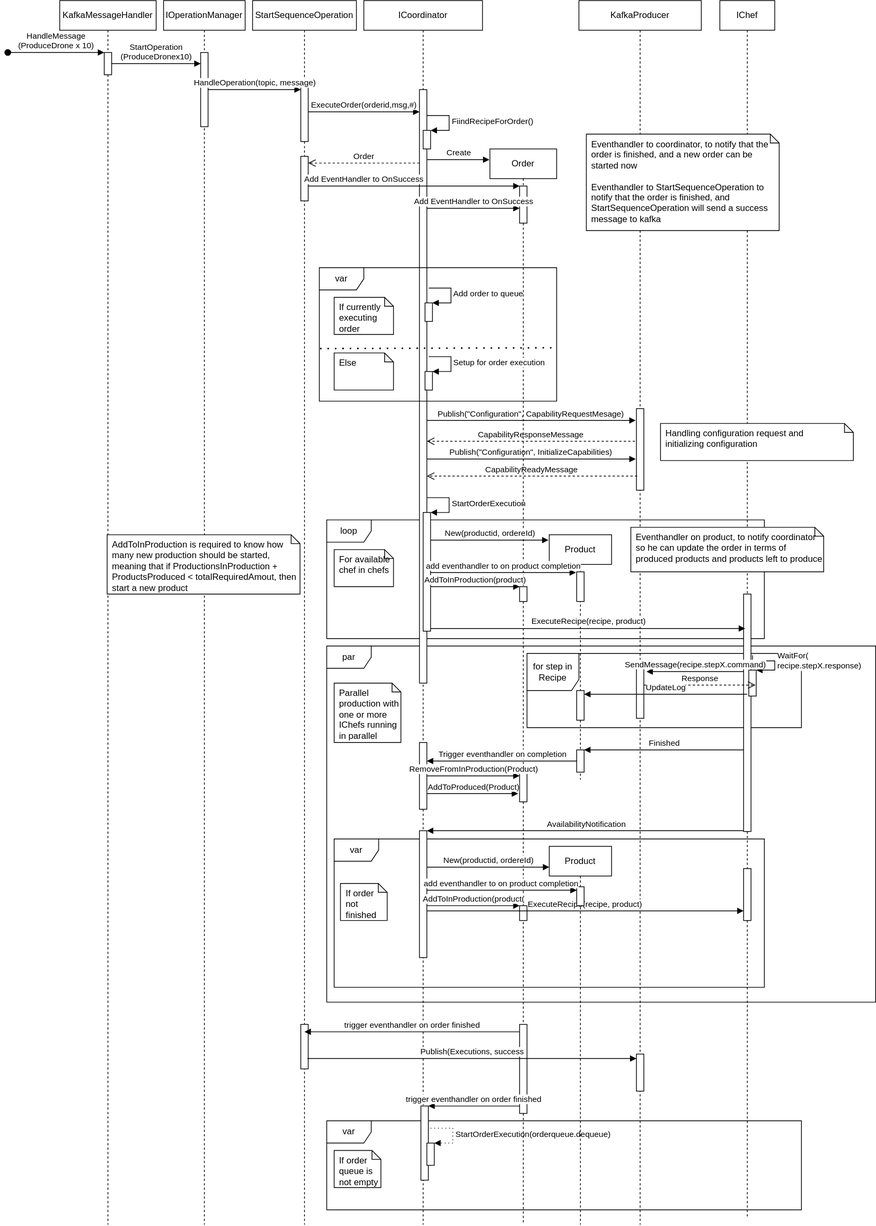
The draw.io diagram docs/Seq_Orchestrator_NormalFlow.svg in SDU-SW-Engineering/Reconfigurable-I4-Middleware-Software-Architecture, before a commit. Source tidied: cells renumbered, new cells last; positions are measured from the earlier drawing's top-left corner, leaving out a move shared by most shapes.
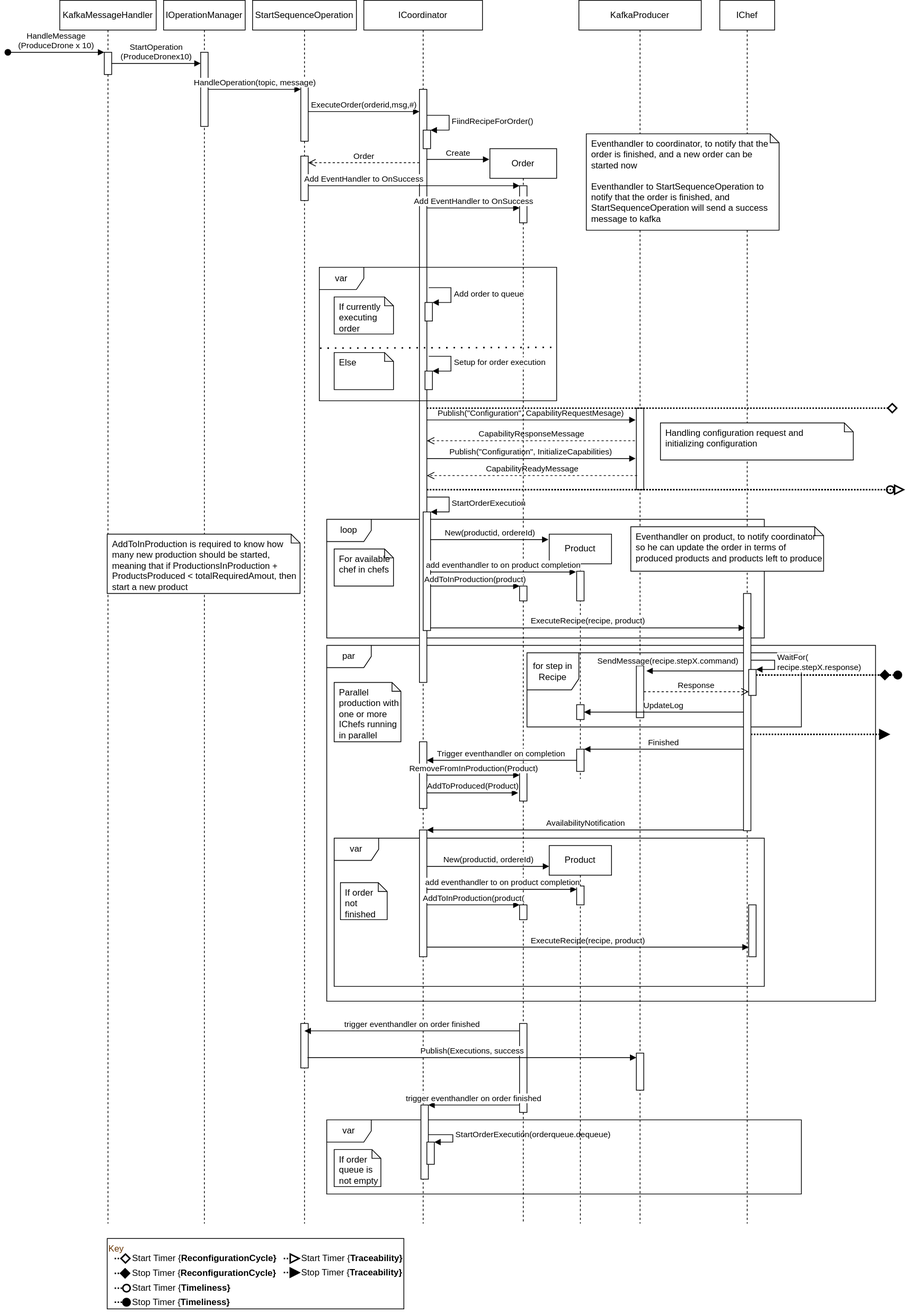
Later version of the same file.

Commit message:
updated orchestrater seq diagram

Change to the diagram source:
```diff
@@ -9,7 +9,7 @@
       <mxGeometry x="440" y="1130" width="580" height="200" as="geometry" />
     </mxCell>
     <mxCell id="4" value="var" style="shape=umlFrame;whiteSpace=wrap;html=1;" parent="1" vertex="1">
-      <mxGeometry x="430" y="1510" width="640" height="120" as="geometry" />
+      <mxGeometry x="430" y="1510" width="640" height="100" as="geometry" />
     </mxCell>
     <mxCell id="5" value="for step in Recipe" style="shape=umlFrame;whiteSpace=wrap;html=1;width=70;height=50;" parent="1" vertex="1">
       <mxGeometry x="700" y="880" width="370" height="100" as="geometry" />
@@ -18,16 +18,14 @@
       <mxGeometry x="430" y="700" width="590" height="160" as="geometry" />
     </mxCell>
     <mxCell id="7" value="IChef" style="shape=umlLifeline;perimeter=lifelinePerimeter;whiteSpace=wrap;html=1;" parent="1" vertex="1">
-      <mxGeometry x="960" width="74" height="1640" as="geometry" />
+      <mxGeometry x="960" width="74" height="1650" as="geometry" />
     </mxCell>
     <mxCell id="8" style="html=1;points=[];perimeter=orthogonalPerimeter;" parent="7" vertex="1">
       <mxGeometry x="32" y="800" width="10" height="320" as="geometry" />
     </mxCell>
-    <mxCell id="9" value="WaitFor(&lt;br&gt;recipe.stepX.response)" style="edgeStyle=orthogonalEdgeStyle;html=1;align=left;spacingLeft=2;endArrow=block;rounded=0;entryX=1;entryY=0;" parent="7" edge="1" target="10">
+    <mxCell id="9" value="WaitFor(&lt;br&gt;recipe.stepX.response)" style="edgeStyle=orthogonalEdgeStyle;html=1;align=left;spacingLeft=2;endArrow=block;rounded=0;entryX=1;entryY=0;" parent="7" edge="1" source="8" target="10">
       <mxGeometry relative="1" as="geometry">
-        <mxPoint x="44" y="882.5" as="sourcePoint" />
         <Array as="points">
-          <mxPoint x="44" y="890" />
           <mxPoint x="74" y="890" />
           <mxPoint x="74" y="903" />
         </Array>
@@ -37,7 +35,7 @@
       <mxGeometry x="39" y="902.5" width="10" height="35" as="geometry" />
     </mxCell>
     <mxCell id="11" style="html=1;points=[];perimeter=orthogonalPerimeter;" parent="7" vertex="1">
-      <mxGeometry x="32" y="1170" width="10" height="70" as="geometry" />
+      <mxGeometry x="39" y="1220" width="10" height="70" as="geometry" />
     </mxCell>
     <mxCell id="12" value="HandleMessage&lt;br&gt;(ProduceDrone x 10)" style="html=1;verticalAlign=bottom;startArrow=oval;endArrow=block;startSize=8;rounded=0;" parent="1" edge="1" target="14">
       <mxGeometry relative="1" as="geometry">
@@ -117,11 +115,11 @@
     <mxCell id="33" style="html=1;points=[];perimeter=orthogonalPerimeter;" parent="24" vertex="1">
       <mxGeometry x="85" y="1540" width="10" height="30" as="geometry" />
     </mxCell>
-    <mxCell id="34" value="StartOrderExecution(orderqueue.dequeue)" style="edgeStyle=orthogonalEdgeStyle;html=1;align=left;spacingLeft=2;endArrow=block;rounded=0;entryX=1;entryY=0;dashed=1;dashPattern=1 4;" parent="24" edge="1" target="33">
+    <mxCell id="34" value="StartOrderExecution(orderqueue.dequeue)" style="edgeStyle=orthogonalEdgeStyle;html=1;align=left;spacingLeft=2;endArrow=block;rounded=0;entryX=1;entryY=0;" parent="24" edge="1" source="32" target="33">
       <mxGeometry relative="1" as="geometry">
-        <mxPoint x="90" y="1520" as="sourcePoint" />
         <Array as="points">
-          <mxPoint x="120" y="1520" />
+          <mxPoint x="120" y="1530" />
+          <mxPoint x="120" y="1540" />
         </Array>
       </mxGeometry>
     </mxCell>
@@ -219,7 +217,7 @@
     <mxCell id="62" value="&lt;div style=&quot;&quot;&gt;Else&lt;/div&gt;" style="shape=note;whiteSpace=wrap;html=1;backgroundOutline=1;darkOpacity=0.05;size=12;align=left;spacingLeft=5;verticalAlign=top;" parent="1" vertex="1">
       <mxGeometry x="440" y="475" width="80" height="50" as="geometry" />
     </mxCell>
-    <mxCell id="63" value="Response" style="html=1;verticalAlign=bottom;endArrow=open;dashed=1;endSize=8;rounded=0;entryX=0.9;entryY=0.575;entryDx=0;entryDy=0;entryPerimeter=0;" parent="1" edge="1" source="39" target="10">
+    <mxCell id="63" value="Response" style="html=1;verticalAlign=bottom;endArrow=open;dashed=1;endSize=8;rounded=0;" parent="1" edge="1" source="39" target="10">
       <mxGeometry relative="1" as="geometry" />
     </mxCell>
     <mxCell id="64" value="Product" style="shape=umlLifeline;perimeter=lifelinePerimeter;whiteSpace=wrap;html=1;outlineConnect=0;" parent="1" vertex="1">
@@ -232,7 +230,7 @@
       <mxGeometry x="37" y="290" width="10" height="30" as="geometry" />
     </mxCell>
     <mxCell id="67" style="html=1;points=[];perimeter=orthogonalPerimeter;" parent="64" vertex="1">
-      <mxGeometry x="37" y="210" width="10" height="40" as="geometry" />
+      <mxGeometry x="37" y="230" width="10" height="20" as="geometry" />
     </mxCell>
     <mxCell id="68" value="New(productid, ordereId)" style="html=1;verticalAlign=bottom;endArrow=block;rounded=0;entryX=-0.012;entryY=0.022;entryDx=0;entryDy=0;entryPerimeter=0;" parent="1" edge="1" source="28" target="64">
       <mxGeometry relative="1" as="geometry" />
@@ -247,7 +245,7 @@
       <mxGeometry relative="1" as="geometry" />
     </mxCell>
     <mxCell id="72" value="SendMessage(recipe.stepX.command)" style="html=1;verticalAlign=bottom;endArrow=block;rounded=0;entryX=1.35;entryY=0.1;entryDx=0;entryDy=0;entryPerimeter=0;" parent="1" edge="1" source="8" target="39">
-      <mxGeometry relative="1" as="geometry" />
+      <mxGeometry x="0.56" y="-5" relative="1" as="geometry" />
     </mxCell>
     <mxCell id="73" value="Finished" style="html=1;verticalAlign=bottom;endArrow=block;rounded=0;" parent="1" edge="1" source="8" target="66">
       <mxGeometry relative="1" as="geometry" />
@@ -297,7 +295,7 @@
     <mxCell id="88" value="&lt;div style=&quot;&quot;&gt;If order queue is not empty&lt;/div&gt;" style="shape=note;whiteSpace=wrap;html=1;backgroundOutline=1;darkOpacity=0.05;size=12;align=left;spacingLeft=5;verticalAlign=top;" parent="1" vertex="1">
       <mxGeometry x="440" y="1550" width="63" height="50" as="geometry" />
     </mxCell>
-    <mxCell id="89" value="UpdateLog" style="html=1;verticalAlign=bottom;endArrow=block;rounded=0;exitX=-0.2;exitY=0.929;exitDx=0;exitDy=0;exitPerimeter=0;" parent="1" edge="1" source="10" target="67">
+    <mxCell id="89" value="UpdateLog" style="html=1;verticalAlign=bottom;endArrow=block;rounded=0;" parent="1" edge="1" source="8" target="67">
       <mxGeometry relative="1" as="geometry" />
     </mxCell>
     <mxCell id="90" value="&lt;div style=&quot;&quot;&gt;Handling configuration request and&lt;/div&gt;&lt;div style=&quot;&quot;&gt;initializing configuration&lt;/div&gt;&lt;div style=&quot;&quot;&gt;&lt;br&gt;&lt;/div&gt;" style="shape=note;whiteSpace=wrap;html=1;backgroundOutline=1;darkOpacity=0.05;size=12;align=left;spacingLeft=5;verticalAlign=top;" parent="1" vertex="1">
@@ -312,5 +310,90 @@
     <mxCell id="93" value="&lt;div style=&quot;&quot;&gt;AddToInProduction is required to know how many new production should be started, meaning that if ProductionsInProduction + ProductsProduced &amp;lt; totalRequiredAmout, then start a new product&lt;/div&gt;" style="shape=note;whiteSpace=wrap;html=1;backgroundOutline=1;darkOpacity=0.05;size=12;align=left;spacingLeft=5;verticalAlign=top;" parent="1" vertex="1">
       <mxGeometry x="134" y="720" width="260" height="80" as="geometry" />
     </mxCell>
+    <mxCell id="94" value="Key" style="rounded=0;whiteSpace=wrap;html=1;align=left;verticalAlign=top;fontColor=#663300;" parent="1" vertex="1">
+      <mxGeometry x="134" y="1670" width="400" height="95" as="geometry" />
+    </mxCell>
+    <mxCell id="95" style="endArrow=diamond;html=1;rounded=0;fontColor=#000000;dashed=1;dashPattern=1 1;endFill=0;endSize=10;strokeColor=#000000;strokeWidth=2;" parent="1" edge="1" target="96">
+      <mxGeometry relative="1" as="geometry">
+        <mxPoint x="144" y="1697" as="sourcePoint" />
+      </mxGeometry>
+    </mxCell>
+    <mxCell id="96" value="Start Timer {&lt;b&gt;ReconfigurationCycle}&lt;/b&gt;" style="text;html=1;align=left;verticalAlign=middle;points=[];strokeColor=none;fillColor=none;fontColor=#000000;" parent="1" vertex="1">
+      <mxGeometry x="166" y="1687" width="210" height="20" as="geometry" />
+    </mxCell>
+    <mxCell id="97" style="endArrow=oval;html=1;rounded=0;fontColor=#000000;dashed=1;dashPattern=1 1;endFill=0;endSize=10;strokeColor=#000000;strokeWidth=2;" parent="1" edge="1">
+      <mxGeometry relative="1" as="geometry">
+        <mxPoint x="144" y="1737" as="sourcePoint" />
+        <mxPoint x="160" y="1737" as="targetPoint" />
+      </mxGeometry>
+    </mxCell>
+    <mxCell id="98" value="Start Timer&amp;nbsp;{&lt;b&gt;&lt;font&gt;Timeliness&lt;/font&gt;&lt;/b&gt;&lt;b&gt;&lt;font&gt;}&lt;/font&gt;&lt;/b&gt;" style="text;html=1;align=left;verticalAlign=middle;strokeColor=none;fillColor=none;fontColor=#000000;" parent="1" vertex="1">
+      <mxGeometry x="166" y="1727" width="150" height="20" as="geometry" />
+    </mxCell>
+    <mxCell id="99" style="endArrow=diamond;html=1;rounded=0;fontColor=#000000;dashed=1;dashPattern=1 1;endFill=1;endSize=10;strokeColor=#000000;strokeWidth=2;" parent="1" edge="1" target="102">
+      <mxGeometry relative="1" as="geometry">
+        <mxPoint x="144" y="1717" as="sourcePoint" />
+      </mxGeometry>
+    </mxCell>
+    <mxCell id="100" style="endArrow=oval;html=1;rounded=0;fontColor=#000000;dashed=1;dashPattern=1 1;endFill=1;endSize=10;strokeColor=#000000;strokeWidth=2;" parent="1" edge="1">
+      <mxGeometry relative="1" as="geometry">
+        <mxPoint x="144" y="1756" as="sourcePoint" />
+        <mxPoint x="160" y="1756" as="targetPoint" />
+      </mxGeometry>
+    </mxCell>
+    <mxCell id="101" value="Stop Timer {&lt;b&gt;&lt;font&gt;Timeliness&lt;/font&gt;&lt;/b&gt;&lt;b&gt;&lt;font&gt;}&lt;/font&gt;&lt;/b&gt;" style="text;html=1;align=left;verticalAlign=middle;strokeColor=none;fillColor=none;fontColor=#000000;" parent="1" vertex="1">
+      <mxGeometry x="166" y="1746" width="150" height="20" as="geometry" />
+    </mxCell>
+    <mxCell id="102" value="Stop Timer&amp;nbsp;{&lt;b&gt;&lt;font&gt;ReconfigurationCycle}&lt;/font&gt;&lt;/b&gt;" style="text;html=1;align=left;verticalAlign=middle;points=[];strokeColor=none;fillColor=none;fontColor=#000000;" parent="1" vertex="1">
+      <mxGeometry x="165.5" y="1707" width="210" height="20" as="geometry" />
+    </mxCell>
+    <mxCell id="103" style="endArrow=block;html=1;rounded=0;fontColor=#000000;dashed=1;dashPattern=1 1;endFill=0;endSize=10;strokeColor=#000000;strokeWidth=2;" parent="1" edge="1">
+      <mxGeometry relative="1" as="geometry">
+        <mxPoint x="372" y="1697" as="sourcePoint" />
+        <mxPoint x="395" y="1697" as="targetPoint" />
+      </mxGeometry>
+    </mxCell>
+    <mxCell id="104" value="Start Timer&amp;nbsp;{&lt;b&gt;&lt;font&gt;Traceability&lt;/font&gt;&lt;/b&gt;&lt;b&gt;&lt;font&gt;}&lt;/font&gt;&lt;/b&gt;" style="text;html=1;align=left;verticalAlign=middle;strokeColor=none;fillColor=none;fontColor=#000000;" parent="1" vertex="1">
+      <mxGeometry x="394" y="1687" width="150" height="20" as="geometry" />
+    </mxCell>
+    <mxCell id="105" style="endArrow=block;html=1;rounded=0;fontColor=#000000;dashed=1;dashPattern=1 1;endFill=1;endSize=10;strokeColor=#000000;strokeWidth=2;" parent="1" edge="1">
+      <mxGeometry relative="1" as="geometry">
+        <mxPoint x="372" y="1716" as="sourcePoint" />
+        <mxPoint x="395" y="1716" as="targetPoint" />
+      </mxGeometry>
+    </mxCell>
+    <mxCell id="106" value="Stop Timer {&lt;b&gt;&lt;font&gt;Traceability&lt;/font&gt;&lt;/b&gt;&lt;b&gt;&lt;font&gt;}&lt;/font&gt;&lt;/b&gt;" style="text;html=1;align=left;verticalAlign=middle;strokeColor=none;fillColor=none;fontColor=#000000;" parent="1" vertex="1">
+      <mxGeometry x="394" y="1706" width="150" height="20" as="geometry" />
+    </mxCell>
+    <mxCell id="107" style="endArrow=diamond;html=1;rounded=0;fontColor=#000000;dashed=1;dashPattern=1 1;endFill=0;endSize=10;strokeColor=#000000;strokeWidth=2;" parent="1" edge="1" source="25">
+      <mxGeometry relative="1" as="geometry">
+        <mxPoint x="1200" y="550" as="targetPoint" />
+      </mxGeometry>
+    </mxCell>
+    <mxCell id="108" style="endArrow=diamond;html=1;rounded=0;fontColor=#000000;dashed=1;dashPattern=1 1;endFill=1;endSize=10;strokeColor=#000000;strokeWidth=2;" parent="1" edge="1" source="10">
+      <mxGeometry relative="1" as="geometry">
+        <mxPoint x="1190" y="910" as="targetPoint" />
+      </mxGeometry>
+    </mxCell>
+    <mxCell id="109" style="endArrow=oval;html=1;rounded=0;fontColor=#000000;dashed=1;dashPattern=1 1;endFill=0;endSize=10;strokeColor=#000000;strokeWidth=2;" parent="1" edge="1" source="25">
+      <mxGeometry relative="1" as="geometry">
+        <mxPoint x="1190" y="660" as="targetPoint" />
+      </mxGeometry>
+    </mxCell>
+    <mxCell id="110" style="endArrow=oval;html=1;rounded=0;fontColor=#000000;dashed=1;dashPattern=1 1;endFill=1;endSize=10;strokeColor=#000000;strokeWidth=2;" parent="1" edge="1" source="10">
+      <mxGeometry relative="1" as="geometry">
+        <mxPoint x="1200" y="910" as="targetPoint" />
+      </mxGeometry>
+    </mxCell>
+    <mxCell id="111" style="endArrow=block;html=1;rounded=0;fontColor=#000000;dashed=1;dashPattern=1 1;endFill=0;endSize=10;strokeColor=#000000;strokeWidth=2;" parent="1" edge="1" source="25">
+      <mxGeometry relative="1" as="geometry">
+        <mxPoint x="1210" y="660" as="targetPoint" />
+      </mxGeometry>
+    </mxCell>
+    <mxCell id="112" style="endArrow=block;html=1;rounded=0;fontColor=#000000;dashed=1;dashPattern=1 1;endFill=1;endSize=10;strokeColor=#000000;strokeWidth=2;" parent="1" edge="1" source="8">
+      <mxGeometry relative="1" as="geometry">
+        <mxPoint x="1190" y="990" as="targetPoint" />
+      </mxGeometry>
+    </mxCell>
   </root>
 </mxGraphModel>
```
